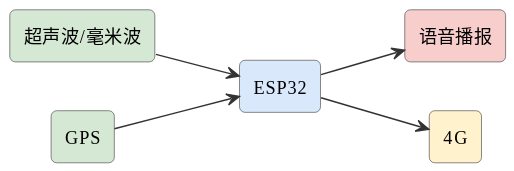
Before: assets/diagrams/ideas-fig48.svg, a diagram exported from PlantUML (mingyi0818/IntelligentMcuCourse).
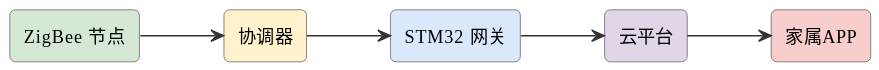
After the commit.

Change to the diagram source:
```diff
@@ -6,13 +6,13 @@
 skinparam arrowFontSize 11
 skinparam arrowColor #333
 left to right direction
-rectangle "超声波/毫米波" as ult #d5e8d4
-rectangle "GPS" as gps #d5e8d4
-rectangle "ESP32" as esp #dae8fc
-rectangle "语音播报" as spk #f8cecc
-rectangle "4G" as g #fff2cc
-ult --> esp
-gps --> esp
-esp --> spk
-esp --> g
+rectangle "ZigBee 节点" as z #d5e8d4
+rectangle "协调器" as coord #fff2cc
+rectangle "STM32 网关" as gw #dae8fc
+rectangle "云平台" as cloud #e1d5e8
+rectangle "家属APP" as app #f8cecc
+z --> coord
+coord --> gw
+gw --> cloud
+cloud --> app
 @enduml
```
